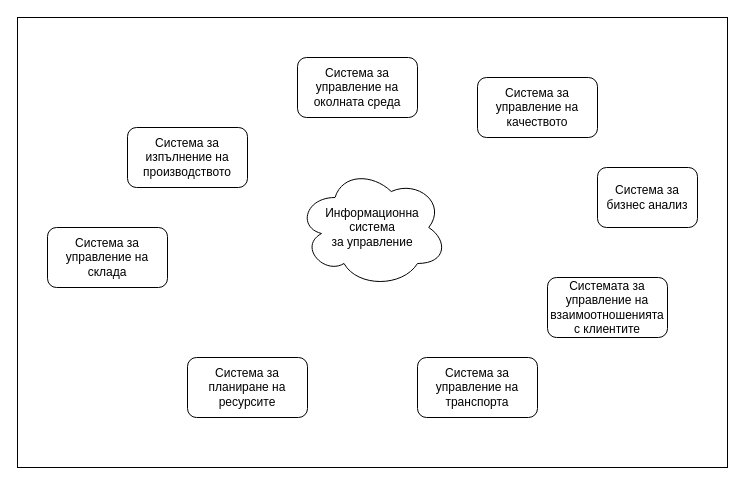
profjordanov/phd keeps this draw.io diagram as Chapter1/PersoSystDiagram.drawio. Above is the earlier version. Source tidied: cells renumbered, new cells numbered last; positions are measured from the earlier drawing's top-left corner, leaving out a move shared by most shapes. Both pictures are drawn from the tidied source at 100%, with x=0, y=0 at pixel (17, 17).
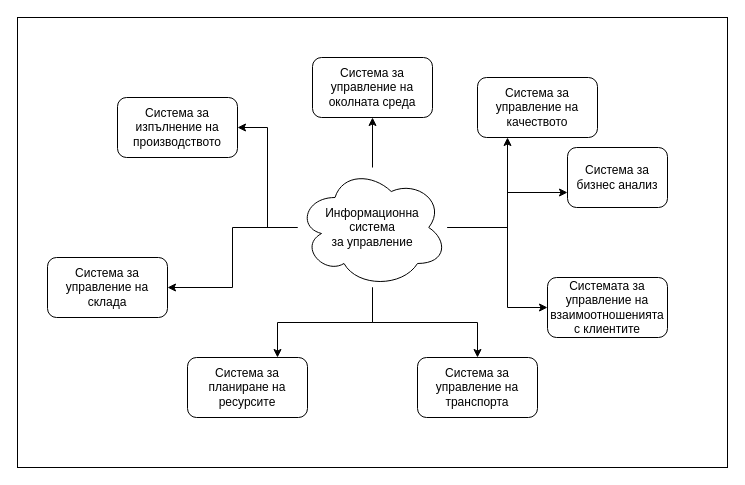
The same diagram, later.

The change refers to these unchanged cells:
```xml
<mxCell id="3" value="Информационна &lt;br&gt;система&lt;br&gt;за управление" style="ellipse;shape=cloud;whiteSpace=wrap;html=1;" parent="1" vertex="1">
  <mxGeometry x="280" y="150" width="150" height="120" as="geometry" />
</mxCell>
<mxCell id="4" value="Система за планиране на ресурсите" style="rounded=1;whiteSpace=wrap;html=1;" parent="1" vertex="1">
  <mxGeometry x="170" y="340" width="120" height="60" as="geometry" />
</mxCell>
<mxCell id="5" value="Система за управление на транспорта" style="rounded=1;whiteSpace=wrap;html=1;" parent="1" vertex="1">
  <mxGeometry x="400" y="340" width="120" height="60" as="geometry" />
</mxCell>
<mxCell id="6" value="Системата за управление на взаимоотношенията с клиентите" style="rounded=1;whiteSpace=wrap;html=1;" parent="1" vertex="1">
  <mxGeometry x="530" y="260" width="120" height="60" as="geometry" />
</mxCell>
<mxCell id="10" value="Система за управление на качеството" style="rounded=1;whiteSpace=wrap;html=1;" parent="1" vertex="1">
  <mxGeometry x="460" y="60" width="120" height="60" as="geometry" />
</mxCell>
```

Change to the diagram source:
```diff
@@
+    <mxCell id="12" style="edgeStyle=orthogonalEdgeStyle;rounded=0;jettySize=auto;html=1;entryX=0.75;entryY=0;entryDx=0;entryDy=0;" parent="1" edge="1" source="3" target="4">
+      <mxGeometry relative="1" as="geometry" />
+    </mxCell>
+    <mxCell id="13" style="edgeStyle=orthogonalEdgeStyle;rounded=0;jettySize=auto;html=1;entryX=1;entryY=0.5;entryDx=0;entryDy=0;" parent="1" edge="1" source="3" target="7">
+      <mxGeometry relative="1" as="geometry" />
+    </mxCell>
+    <mxCell id="14" style="edgeStyle=orthogonalEdgeStyle;rounded=0;jettySize=auto;html=1;entryX=1;entryY=0.5;entryDx=0;entryDy=0;" parent="1" edge="1" source="3" target="8">
+      <mxGeometry relative="1" as="geometry" />
+    </mxCell>
+    <mxCell id="15" style="edgeStyle=orthogonalEdgeStyle;rounded=0;jettySize=auto;html=1;" parent="1" edge="1" source="3" target="9">
+      <mxGeometry relative="1" as="geometry" />
+    </mxCell>
+    <mxCell id="16" style="edgeStyle=orthogonalEdgeStyle;rounded=0;jettySize=auto;html=1;entryX=0.25;entryY=1;entryDx=0;entryDy=0;" parent="1" edge="1" source="3" target="10">
+      <mxGeometry relative="1" as="geometry" />
+    </mxCell>
+    <mxCell id="17" style="edgeStyle=orthogonalEdgeStyle;rounded=0;jettySize=auto;html=1;entryX=0;entryY=0.75;entryDx=0;entryDy=0;" parent="1" edge="1" source="3" target="11">
+      <mxGeometry relative="1" as="geometry" />
+    </mxCell>
+    <mxCell id="18" style="edgeStyle=orthogonalEdgeStyle;rounded=0;jettySize=auto;html=1;entryX=0.5;entryY=0;entryDx=0;entryDy=0;" parent="1" edge="1" source="3" target="5">
+      <mxGeometry relative="1" as="geometry" />
+    </mxCell>
+    <mxCell id="19" style="edgeStyle=orthogonalEdgeStyle;rounded=0;jettySize=auto;html=1;entryX=0;entryY=0.5;entryDx=0;entryDy=0;" parent="1" edge="1" source="3" target="6">
+      <mxGeometry relative="1" as="geometry">
+        <Array as="points">
+          <mxPoint x="490" y="210" />
+          <mxPoint x="490" y="290" />
+        </Array>
+      </mxGeometry>
+    </mxCell>
@@
     <mxCell id="7" value="Система за управление на складa" style="rounded=1;whiteSpace=wrap;html=1;" parent="1" vertex="1">
-      <mxGeometry x="30" y="210" width="120" height="60" as="geometry" />
+      <mxGeometry x="30" y="240" width="120" height="60" as="geometry" />
     </mxCell>
     <mxCell id="8" value="Системa за изпълнение на производството" style="rounded=1;whiteSpace=wrap;html=1;" parent="1" vertex="1">
-      <mxGeometry x="110" y="110" width="120" height="60" as="geometry" />
+      <mxGeometry x="100" y="80" width="120" height="60" as="geometry" />
     </mxCell>
     <mxCell id="9" value="Система за управление на околната среда" style="rounded=1;whiteSpace=wrap;html=1;" parent="1" vertex="1">
-      <mxGeometry x="280" y="40" width="120" height="60" as="geometry" />
+      <mxGeometry x="295" y="40" width="120" height="60" as="geometry" />
     </mxCell>
@@
     <mxCell id="11" value="Система за бизнес анализ" style="rounded=1;whiteSpace=wrap;html=1;" parent="1" vertex="1">
-      <mxGeometry x="580" y="150" width="100" height="60" as="geometry" />
+      <mxGeometry x="550" y="130" width="100" height="60" as="geometry" />
     </mxCell>
```
